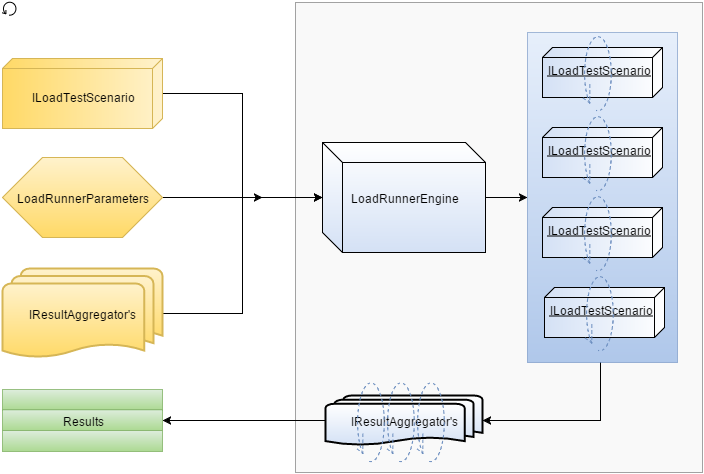
This is diagrams/Architecture.png from Vycka/LoadRunner, a draw.io export, as it was before one commit. Source tidied: cells renumbered, new cells last; positions are measured from the earlier drawing's top-left corner, leaving out a move shared by most shapes.
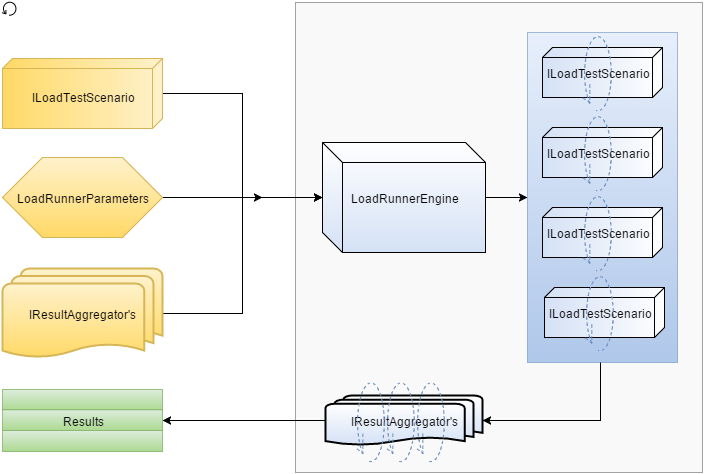
Above is the later version.

Commit message:
architecture tweak

What changed in the source:
```diff
@@ -44,22 +44,25 @@
     <mxCell id="13" style="shape=mxgraph.bpmn.loop;html=1;" parent="1" vertex="1">
       <mxGeometry width="14" height="14" as="geometry" />
     </mxCell>
+    <mxCell id="31" style="edgeStyle=orthogonalEdgeStyle;rounded=0;html=1;exitX=1;exitY=0.25;entryX=1;entryY=0.25;" parent="1" edge="1" source="14" target="14">
+      <mxGeometry relative="1" as="geometry" />
+    </mxCell>
-    <mxCell id="14" value="ILoadTestScenario" style="verticalAlign=top;align=left;spacingTop=8;spacingLeft=2;spacingRight=12;shape=cube;size=10;direction=south;fontStyle=4;html=1;gradientColor=#D4E1F5;" parent="1" vertex="1">
+    <mxCell id="14" style="verticalAlign=top;align=left;spacingTop=8;spacingLeft=2;spacingRight=12;shape=cube;size=10;direction=south;fontStyle=4;html=1;gradientColor=#D4E1F5;" parent="1" vertex="1">
       <mxGeometry x="540" y="126" width="120" height="50" as="geometry" />
     </mxCell>
-    <mxCell id="15" style="shape=mxgraph.bpmn.loop;html=1;plain-blue;dashed=1;" parent="1" vertex="1">
+    <mxCell id="15" value="&lt;span&gt;ILoadTestScenario&lt;/span&gt;" style="shape=mxgraph.bpmn.loop;html=1;plain-blue;dashed=1;" parent="1" vertex="1">
       <mxGeometry x="580" y="111" width="30" height="80" as="geometry" />
     </mxCell>
-    <mxCell id="16" value="ILoadTestScenario" style="verticalAlign=top;align=left;spacingTop=8;spacingLeft=2;spacingRight=12;shape=cube;size=10;direction=south;fontStyle=4;html=1;gradientColor=#D4E1F5;" parent="1" vertex="1">
+    <mxCell id="16" style="verticalAlign=top;align=left;spacingTop=8;spacingLeft=2;spacingRight=12;shape=cube;size=10;direction=south;fontStyle=4;html=1;gradientColor=#D4E1F5;" parent="1" vertex="1">
       <mxGeometry x="542" y="286" width="120" height="50" as="geometry" />
     </mxCell>
-    <mxCell id="17" style="shape=mxgraph.bpmn.loop;html=1;plain-blue;dashed=1;" parent="1" vertex="1">
+    <mxCell id="17" value="&lt;span&gt;ILoadTestScenario&lt;/span&gt;" style="shape=mxgraph.bpmn.loop;html=1;plain-blue;dashed=1;" parent="1" vertex="1">
       <mxGeometry x="582" y="271" width="30" height="80" as="geometry" />
     </mxCell>
-    <mxCell id="18" value="ILoadTestScenario" style="verticalAlign=top;align=left;spacingTop=8;spacingLeft=2;spacingRight=12;shape=cube;size=10;direction=south;fontStyle=4;html=1;gradientColor=#D4E1F5;" parent="1" vertex="1">
+    <mxCell id="18" style="verticalAlign=top;align=left;spacingTop=8;spacingLeft=2;spacingRight=12;shape=cube;size=10;direction=south;fontStyle=4;html=1;gradientColor=#D4E1F5;" parent="1" vertex="1">
       <mxGeometry x="540" y="206" width="120" height="50" as="geometry" />
     </mxCell>
-    <mxCell id="19" style="shape=mxgraph.bpmn.loop;html=1;plain-blue;dashed=1;" parent="1" vertex="1">
+    <mxCell id="19" value="&lt;span&gt;ILoadTestScenario&lt;/span&gt;" style="shape=mxgraph.bpmn.loop;html=1;plain-blue;dashed=1;" parent="1" vertex="1">
       <mxGeometry x="580" y="191" width="30" height="80" as="geometry" />
     </mxCell>
     <mxCell id="20" style="edgeStyle=orthogonalEdgeStyle;rounded=0;html=1;entryX=1;entryY=0.5;" parent="1" edge="1" source="21" target="28">
@@ -77,10 +80,10 @@
     <mxCell id="24" style="shape=mxgraph.bpmn.loop;html=1;plain-blue;dashed=1;" parent="1" vertex="1">
       <mxGeometry x="413" y="377" width="30" height="85" as="geometry" />
     </mxCell>
-    <mxCell id="25" value="ILoadTestScenario" style="verticalAlign=top;align=left;spacingTop=8;spacingLeft=2;spacingRight=12;shape=cube;size=10;direction=south;fontStyle=4;html=1;gradientColor=#D4E1F5;" parent="1" vertex="1">
+    <mxCell id="25" style="verticalAlign=top;align=left;spacingTop=8;spacingLeft=2;spacingRight=12;shape=cube;size=10;direction=south;fontStyle=4;html=1;gradientColor=#D4E1F5;" parent="1" vertex="1">
       <mxGeometry x="540" y="46" width="120" height="50" as="geometry" />
     </mxCell>
-    <mxCell id="26" style="shape=mxgraph.bpmn.loop;html=1;plain-blue;dashed=1;" parent="1" vertex="1">
+    <mxCell id="26" value="&lt;span&gt;ILoadTestScenario&lt;/span&gt;" style="shape=mxgraph.bpmn.loop;html=1;plain-blue;dashed=1;" parent="1" vertex="1">
       <mxGeometry x="580" y="31" width="30" height="80" as="geometry" />
     </mxCell>
     <mxCell id="27" style="whiteSpace=wrap;html=1;plain-green;opacity=80;" parent="1" vertex="1">
```
